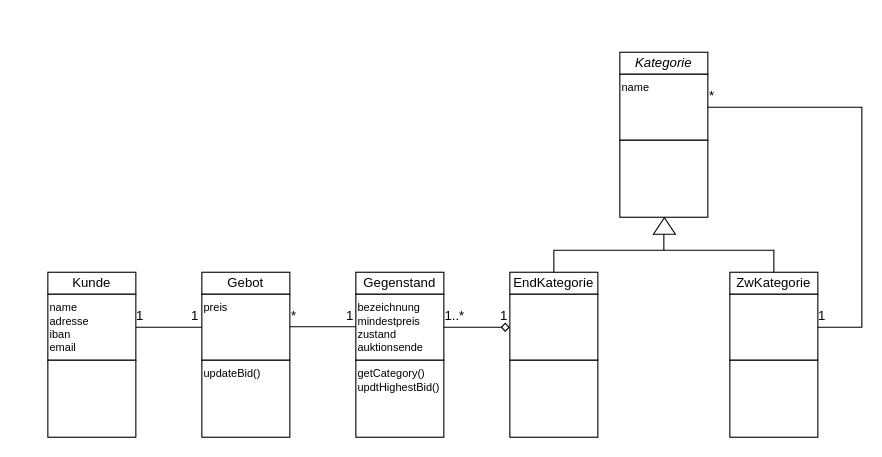
This is Blatt1/Aufgabe2/Auktion.drawio from noscre/SoftwareEngineering19-20, a draw.io file, before an edit. Source tidied: cells renumbered, new cells numbered last; positions are measured from the earlier drawing's top-left corner, leaving out a move shared by most shapes. Both pictures are drawn from the tidied source at 110%, with x=0, y=0 at pixel (47, 52).
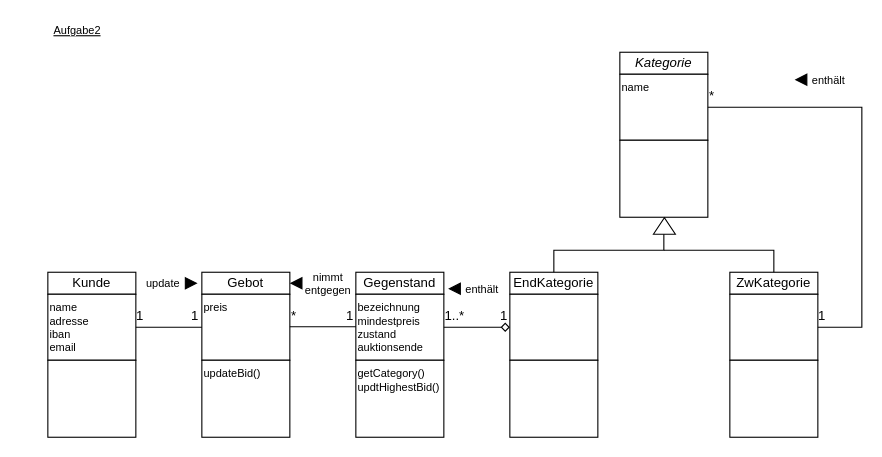
After the change.

The edit, as a diff of the source:
```diff
@@
+    <mxCell id="35" style="triangle;whiteSpace=wrap;html=1;fontSize=10;align=left;fillColor=#000000;" parent="1" vertex="1">
+      <mxGeometry x="125" y="205" width="10" height="10" as="geometry" />
+    </mxCell>
+    <mxCell id="36" value="update" style="text;html=1;strokeColor=none;fillColor=none;align=center;verticalAlign=middle;whiteSpace=wrap;rounded=0;fontSize=10;" parent="1" vertex="1">
+      <mxGeometry x="85" y="200" width="40" height="20" as="geometry" />
+    </mxCell>
+    <mxCell id="37" style="triangle;whiteSpace=wrap;html=1;fontSize=10;align=left;fillColor=#000000;rotation=-180;" parent="1" vertex="1">
+      <mxGeometry x="680" y="20" width="10" height="10" as="geometry" />
+    </mxCell>
+    <mxCell id="38" value="enthält" style="text;html=1;strokeColor=none;fillColor=none;align=center;verticalAlign=middle;whiteSpace=wrap;rounded=0;fontSize=10;" parent="1" vertex="1">
+      <mxGeometry x="690" y="15" width="40" height="20" as="geometry" />
+    </mxCell>
+    <mxCell id="39" style="triangle;whiteSpace=wrap;html=1;fontSize=10;align=left;fillColor=#000000;rotation=-180;" parent="1" vertex="1">
+      <mxGeometry x="365" y="210" width="10" height="10" as="geometry" />
+    </mxCell>
+    <mxCell id="40" value="enthält" style="text;html=1;strokeColor=none;fillColor=none;align=center;verticalAlign=middle;whiteSpace=wrap;rounded=0;fontSize=10;" parent="1" vertex="1">
+      <mxGeometry x="375" y="205" width="40" height="20" as="geometry" />
+    </mxCell>
+    <mxCell id="41" style="triangle;whiteSpace=wrap;html=1;fontSize=10;align=left;fillColor=#000000;rotation=-180;" parent="1" vertex="1">
+      <mxGeometry x="221" y="205" width="10" height="10" as="geometry" />
+    </mxCell>
+    <mxCell id="42" value="nimmt entgegen" style="text;html=1;strokeColor=none;fillColor=none;align=center;verticalAlign=middle;whiteSpace=wrap;rounded=0;fontSize=10;" parent="1" vertex="1">
+      <mxGeometry x="235" y="200" width="40" height="20" as="geometry" />
+    </mxCell>
+    <mxCell id="43" value="&lt;u&gt;Aufgabe2&lt;/u&gt;" style="text;html=1;strokeColor=none;fillColor=none;align=center;verticalAlign=middle;whiteSpace=wrap;rounded=0;fontSize=10;" parent="1" vertex="1">
+      <mxGeometry x="-26" y="-30" width="106" height="20" as="geometry" />
+    </mxCell>
```
